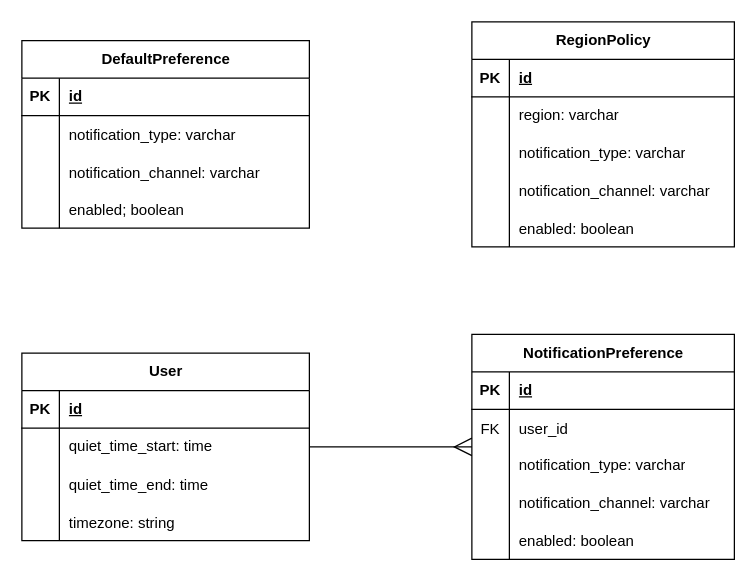
kracer9/NotificationPreferencesService keeps this draw.io diagram as page "er-diagram" (1 of 3) of docs/notification-preferences.drawio. Above is the earlier version. Source tidied: cells renumbered, new cells numbered last; positions are measured from the earlier drawing's top-left corner, leaving out a move shared by most shapes. Both pictures are drawn from the tidied source at 125%, with x=0, y=0 at pixel (21, 21).
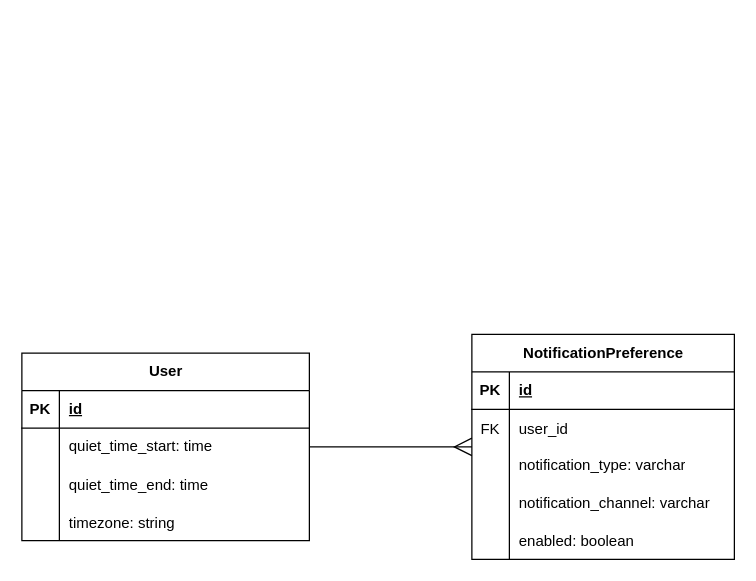
The same diagram, later.

Change to the diagram source:
```diff
@@
-    <mxCell id="2" value="RegionPolicy" style="shape=table;startSize=30;childLayout=tableLayout;rowLines=0;fontStyle=1;align=center;html=1;" parent="1" vertex="1">
-      <mxGeometry x="360" width="210" height="180" as="geometry" />
-    </mxCell>
-    <mxCell id="3" style="shape=tableRow;horizontal=0;startSize=0;swimlaneHead=0;swimlaneBody=0;fillColor=none;top=0;left=0;right=0;bottom=1;" parent="2" vertex="1">
-      <mxGeometry y="30" width="210" height="30" as="geometry" />
-    </mxCell>
-    <mxCell id="4" value="PK" style="shape=partialRectangle;fillColor=none;top=0;left=0;bottom=0;right=0;fontStyle=1;overflow=hidden;whiteSpace=wrap;html=1;" parent="3" vertex="1">
-      <mxGeometry width="30" height="30" as="geometry" />
-    </mxCell>
-    <mxCell id="5" value="id" style="shape=partialRectangle;fillColor=none;top=0;left=0;bottom=0;right=0;align=left;spacingLeft=6;fontStyle=5;overflow=hidden;whiteSpace=wrap;html=1;" parent="3" vertex="1">
-      <mxGeometry x="30" width="180" height="30" as="geometry" />
-    </mxCell>
-    <mxCell id="6" style="shape=tableRow;horizontal=0;startSize=0;swimlaneHead=0;swimlaneBody=0;fillColor=none;top=0;left=0;right=0;bottom=0;" parent="2" vertex="1">
-      <mxGeometry y="60" width="210" height="30" as="geometry" />
-    </mxCell>
-    <mxCell id="7" style="shape=partialRectangle;fillColor=none;top=0;left=0;bottom=0;right=0;overflow=hidden;whiteSpace=wrap;html=1;" parent="6" vertex="1">
-      <mxGeometry width="30" height="30" as="geometry" />
-    </mxCell>
-    <mxCell id="8" value="region: varchar" style="shape=partialRectangle;fillColor=none;top=0;left=0;bottom=0;right=0;align=left;spacingLeft=6;overflow=hidden;whiteSpace=wrap;html=1;" parent="6" vertex="1">
-      <mxGeometry x="30" width="180" height="30" as="geometry" />
-    </mxCell>
-    <mxCell id="9" style="shape=tableRow;horizontal=0;startSize=0;swimlaneHead=0;swimlaneBody=0;fillColor=none;top=0;left=0;right=0;bottom=0;" parent="2" vertex="1">
-      <mxGeometry y="90" width="210" height="30" as="geometry" />
-    </mxCell>
-    <mxCell id="10" style="shape=partialRectangle;fillColor=none;top=0;left=0;bottom=0;right=0;overflow=hidden;whiteSpace=wrap;html=1;" parent="9" vertex="1">
-      <mxGeometry width="30" height="30" as="geometry" />
-    </mxCell>
-    <mxCell id="11" value="notification_type: varchar" style="shape=partialRectangle;fillColor=none;top=0;left=0;bottom=0;right=0;align=left;spacingLeft=6;overflow=hidden;whiteSpace=wrap;html=1;" parent="9" vertex="1">
-      <mxGeometry x="30" width="180" height="30" as="geometry" />
-    </mxCell>
-    <mxCell id="12" style="shape=tableRow;horizontal=0;startSize=0;swimlaneHead=0;swimlaneBody=0;fillColor=none;top=0;left=0;right=0;bottom=0;" parent="2" vertex="1">
-      <mxGeometry y="120" width="210" height="30" as="geometry" />
-    </mxCell>
-    <mxCell id="13" style="shape=partialRectangle;fillColor=none;top=0;left=0;bottom=0;right=0;overflow=hidden;" parent="12" vertex="1">
-      <mxGeometry width="30" height="30" as="geometry" />
-    </mxCell>
-    <mxCell id="14" value="notification_channel: varchar" style="shape=partialRectangle;fillColor=none;top=0;left=0;bottom=0;right=0;align=left;spacingLeft=6;overflow=hidden;" parent="12" vertex="1">
-      <mxGeometry x="30" width="180" height="30" as="geometry" />
-    </mxCell>
-    <mxCell id="15" style="shape=tableRow;horizontal=0;startSize=0;swimlaneHead=0;swimlaneBody=0;fillColor=none;top=0;left=0;right=0;bottom=0;" parent="2" vertex="1">
-      <mxGeometry y="150" width="210" height="30" as="geometry" />
-    </mxCell>
-    <mxCell id="16" style="shape=partialRectangle;fillColor=none;top=0;left=0;bottom=0;right=0;overflow=hidden;" parent="15" vertex="1">
-      <mxGeometry width="30" height="30" as="geometry" />
-    </mxCell>
-    <mxCell id="17" value="enabled: boolean" style="shape=partialRectangle;fillColor=none;top=0;left=0;bottom=0;right=0;align=left;spacingLeft=6;overflow=hidden;" parent="15" vertex="1">
-      <mxGeometry x="30" width="180" height="30" as="geometry" />
-    </mxCell>
@@
-    <mxCell id="34" value="DefaultPreference" style="shape=table;startSize=30;childLayout=tableLayout;rowLines=0;fontStyle=1;align=center;html=1;" parent="1" vertex="1">
-      <mxGeometry y="15" width="230" height="150" as="geometry" />
-    </mxCell>
-    <mxCell id="35" style="shape=tableRow;horizontal=0;startSize=0;swimlaneHead=0;swimlaneBody=0;fillColor=none;top=0;left=0;right=0;bottom=1;" parent="34" vertex="1">
-      <mxGeometry y="30" width="230" height="30" as="geometry" />
-    </mxCell>
-    <mxCell id="36" value="PK" style="shape=partialRectangle;fillColor=none;top=0;left=0;bottom=0;right=0;fontStyle=1;overflow=hidden;whiteSpace=wrap;html=1;" parent="35" vertex="1">
-      <mxGeometry width="30" height="30" as="geometry" />
-    </mxCell>
-    <mxCell id="37" value="id" style="shape=partialRectangle;fillColor=none;top=0;left=0;bottom=0;right=0;align=left;spacingLeft=6;fontStyle=5;overflow=hidden;whiteSpace=wrap;html=1;" parent="35" vertex="1">
-      <mxGeometry x="30" width="200" height="30" as="geometry" />
-    </mxCell>
-    <mxCell id="38" style="shape=tableRow;horizontal=0;startSize=0;swimlaneHead=0;swimlaneBody=0;fillColor=none;top=0;left=0;right=0;bottom=0;" parent="34" vertex="1">
-      <mxGeometry y="60" width="230" height="30" as="geometry" />
-    </mxCell>
-    <mxCell id="39" style="shape=partialRectangle;fillColor=none;top=0;left=0;bottom=0;right=0;overflow=hidden;" parent="38" vertex="1">
-      <mxGeometry width="30" height="30" as="geometry" />
-    </mxCell>
-    <mxCell id="40" value="notification_type: varchar" style="shape=partialRectangle;fillColor=none;top=0;left=0;bottom=0;right=0;align=left;spacingLeft=6;overflow=hidden;" parent="38" vertex="1">
-      <mxGeometry x="30" width="200" height="30" as="geometry" />
-    </mxCell>
-    <mxCell id="41" style="shape=tableRow;horizontal=0;startSize=0;swimlaneHead=0;swimlaneBody=0;fillColor=none;top=0;left=0;right=0;bottom=0;" parent="34" vertex="1">
-      <mxGeometry y="90" width="230" height="30" as="geometry" />
-    </mxCell>
-    <mxCell id="42" style="shape=partialRectangle;fillColor=none;top=0;left=0;bottom=0;right=0;overflow=hidden;" parent="41" vertex="1">
-      <mxGeometry width="30" height="30" as="geometry" />
-    </mxCell>
-    <mxCell id="43" value="notification_channel: varchar" style="shape=partialRectangle;fillColor=none;top=0;left=0;bottom=0;right=0;align=left;spacingLeft=6;overflow=hidden;" parent="41" vertex="1">
-      <mxGeometry x="30" width="200" height="30" as="geometry" />
-    </mxCell>
-    <mxCell id="44" style="shape=tableRow;horizontal=0;startSize=0;swimlaneHead=0;swimlaneBody=0;fillColor=none;top=0;left=0;right=0;bottom=0;" parent="34" vertex="1">
-      <mxGeometry y="120" width="230" height="30" as="geometry" />
-    </mxCell>
-    <mxCell id="45" style="shape=partialRectangle;fillColor=none;top=0;left=0;bottom=0;right=0;overflow=hidden;" parent="44" vertex="1">
-      <mxGeometry width="30" height="30" as="geometry" />
-    </mxCell>
-    <mxCell id="46" value="enabled; boolean" style="shape=partialRectangle;fillColor=none;top=0;left=0;bottom=0;right=0;align=left;spacingLeft=6;overflow=hidden;" parent="44" vertex="1">
-      <mxGeometry x="30" width="200" height="30" as="geometry" />
-    </mxCell>
```
